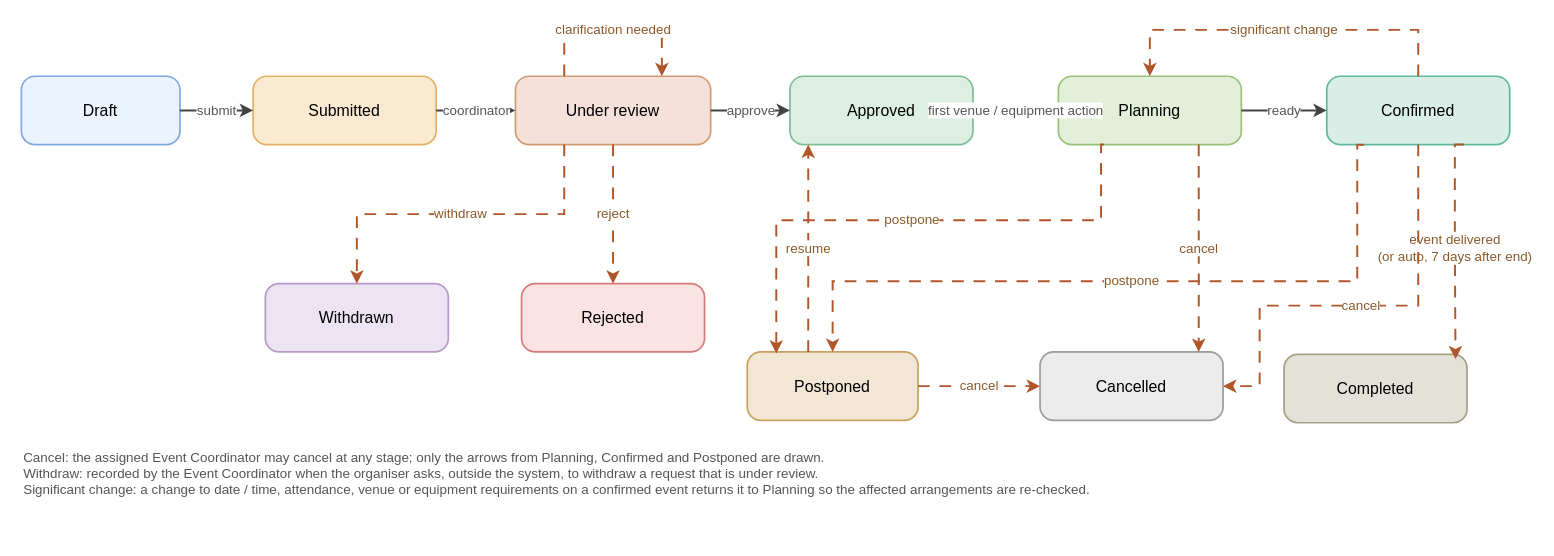
kchoongg/IS212 keeps this draw.io diagram as docs/ConnectSphere_Status_Lifecycle.drawio. Above is the earlier version. Source tidied: cells renumbered, new cells numbered last; positions are measured from the earlier drawing's top-left corner, leaving out a move shared by most shapes. Both pictures are drawn from the tidied source at 122%, with x=0, y=0 at pixel (21, 29).
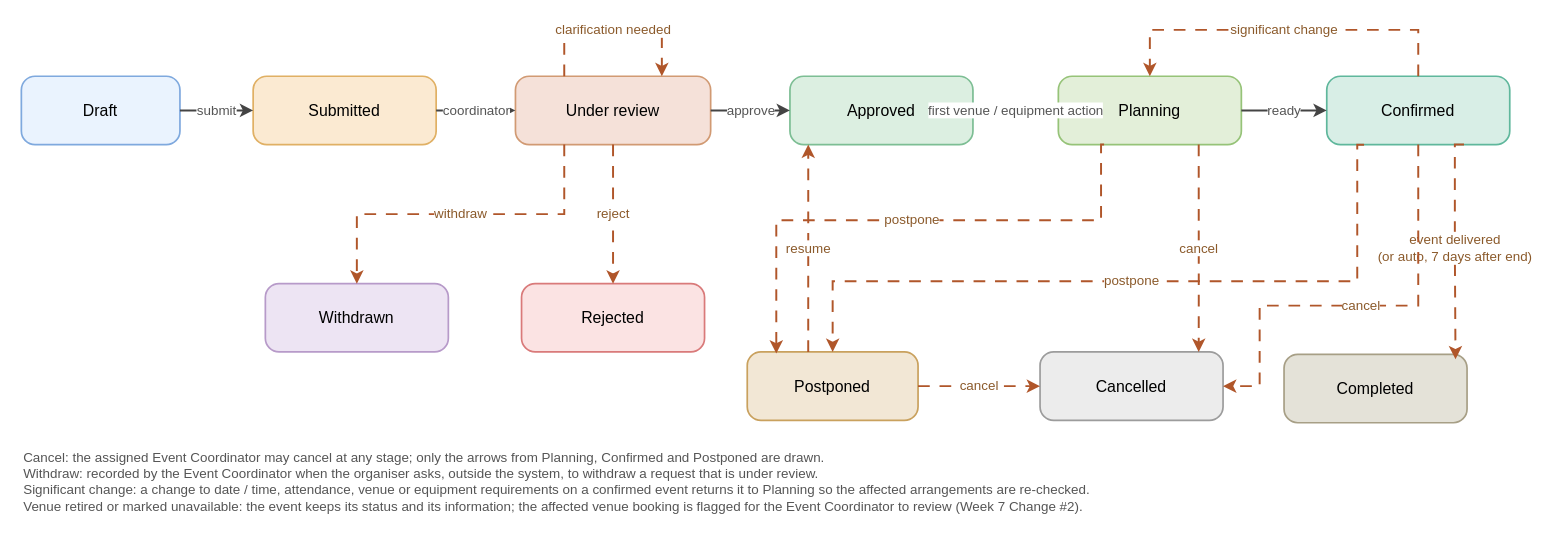
After the change.

Change to the diagram source:
```diff
@@
-    <mxCell id="13" value="Cancel: the assigned Event Coordinator may cancel at any stage; only the arrows from Planning, Confirmed and Postponed are drawn.&#10;Withdraw: recorded by the Event Coordinator when the organiser asks, outside the system, to withdraw a request that is under review.&#10;Significant change: a change to date / time, attendance, venue or equipment requirements on a confirmed event returns it to Planning so the affected arrangements are re-checked." style="text;html=1;whiteSpace=wrap;align=left;verticalAlign=top;fontSize=11;fontColor=#555555;strokeColor=none;fillColor=none;" parent="1" vertex="1">
-      <mxGeometry y="338" width="1100" height="60" as="geometry" />
+    <mxCell id="13" value="Cancel: the assigned Event Coordinator may cancel at any stage; only the arrows from Planning, Confirmed and Postponed are drawn.&#10;Withdraw: recorded by the Event Coordinator when the organiser asks, outside the system, to withdraw a request that is under review.&#10;Significant change: a change to date / time, attendance, venue or equipment requirements on a confirmed event returns it to Planning so the affected arrangements are re-checked.&#10;Venue retired or marked unavailable: the event keeps its status and its information; the affected venue booking is flagged for the Event Coordinator to review (Week 7 Change #2)." style="text;html=1;whiteSpace=wrap;align=left;verticalAlign=top;fontSize=11;fontColor=#555555;strokeColor=none;fillColor=none;" parent="1" vertex="1">
+      <mxGeometry y="338" width="1100" height="76" as="geometry" />
     </mxCell>
```
